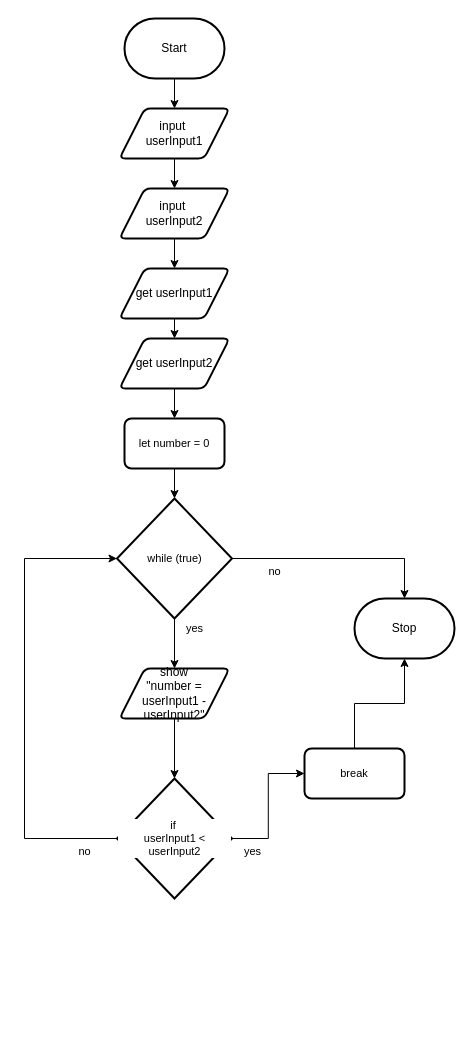
Above: design/flowchart.drawio in MTHS-ICD2O-1-2024/ICD2O-Unit-5-08-Domenic-dangelo (draw.io), before the change. Source tidied: cells renumbered, new cells numbered last; positions are measured from the earlier drawing's top-left corner, leaving out a move shared by most shapes. Both pictures are drawn from the tidied source at 100%, with x=0, y=0 at pixel (24, 18).
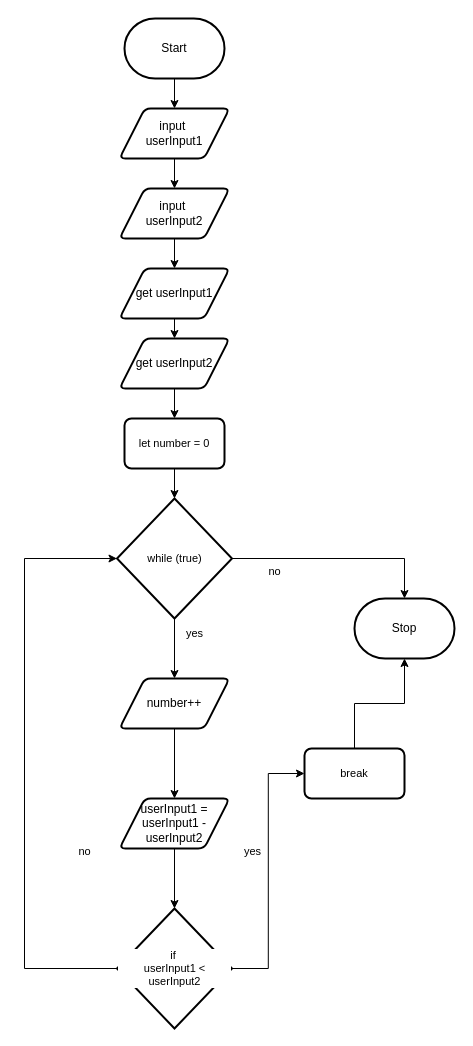
After the change.

The change refers to these unchanged cells:
```xml
<mxCell id="8" value="while (true)" style="strokeWidth=2;html=1;shape=mxgraph.flowchart.decision;whiteSpace=wrap;fontFamily=Helvetica;fontSize=11;fontColor=default;labelBackgroundColor=default;" parent="1" vertex="1">
  <mxGeometry x="92.5" y="480" width="115" height="120" as="geometry" />
</mxCell>
```

What changed in the source:
```diff
@@
-    <mxCell id="7" style="edgeStyle=orthogonalEdgeStyle;shape=connector;curved=0;rounded=0;html=1;exitX=0.5;exitY=1;exitDx=0;exitDy=0;exitPerimeter=0;strokeColor=default;align=center;verticalAlign=middle;fontFamily=Helvetica;fontSize=11;fontColor=default;labelBackgroundColor=default;endArrow=classic;entryX=0.5;entryY=0;entryDx=0;entryDy=0;" parent="1" edge="1" source="8" target="13">
-      <mxGeometry relative="1" as="geometry" />
-    </mxCell>
+    <mxCell id="29" style="edgeStyle=none;html=1;exitX=0.5;exitY=1;exitDx=0;exitDy=0;exitPerimeter=0;entryX=0.5;entryY=0;entryDx=0;entryDy=0;" parent="1" edge="1" source="8" target="31">
+      <mxGeometry relative="1" as="geometry" />
+    </mxCell>
@@
-    <mxCell id="13" value="show&lt;div&gt;&quot;number = userInput1 - userInput2&quot;&lt;/div&gt;" style="shape=parallelogram;html=1;strokeWidth=2;perimeter=parallelogramPerimeter;whiteSpace=wrap;rounded=1;arcSize=12;size=0.23;" parent="1" vertex="1">
-      <mxGeometry x="95" y="650" width="110" height="50" as="geometry" />
+    <mxCell id="13" value="userInput1 = userInput1 - userInput2" style="shape=parallelogram;html=1;strokeWidth=2;perimeter=parallelogramPerimeter;whiteSpace=wrap;rounded=1;arcSize=12;size=0.23;" parent="1" vertex="1">
+      <mxGeometry x="95" y="780" width="110" height="50" as="geometry" />
     </mxCell>
@@
     <mxCell id="15" value="if&amp;nbsp;&lt;div&gt;userInput1 &amp;lt; userInput2&lt;/div&gt;" style="strokeWidth=2;html=1;shape=mxgraph.flowchart.decision;whiteSpace=wrap;fontFamily=Helvetica;fontSize=11;fontColor=default;labelBackgroundColor=default;" parent="1" vertex="1">
-      <mxGeometry x="92.5" y="760" width="115" height="120" as="geometry" />
+      <mxGeometry x="92.5" y="890" width="115" height="120" as="geometry" />
     </mxCell>
@@
     <mxCell id="17" style="edgeStyle=orthogonalEdgeStyle;shape=connector;curved=0;rounded=0;html=1;exitX=0;exitY=0.5;exitDx=0;exitDy=0;exitPerimeter=0;entryX=0;entryY=0.5;entryDx=0;entryDy=0;entryPerimeter=0;strokeColor=default;align=center;verticalAlign=middle;fontFamily=Helvetica;fontSize=11;fontColor=default;labelBackgroundColor=default;endArrow=classic;" parent="1" edge="1" source="15" target="8">
       <mxGeometry relative="1" as="geometry">
         <Array as="points">
-          <mxPoint y="820" />
+          <mxPoint y="950" />
           <mxPoint y="540" />
         </Array>
       </mxGeometry>
     </mxCell>
@@
     <mxCell id="22" value="yes" style="text;html=1;align=center;verticalAlign=middle;strokeColor=none;fillColor=none;fontFamily=Helvetica;fontSize=11;fontColor=default;labelBackgroundColor=default;" parent="1" vertex="1">
-      <mxGeometry x="150" y="595" width="40" height="30" as="geometry" />
+      <mxGeometry x="150" y="600" width="40" height="30" as="geometry" />
     </mxCell>
@@
+    <mxCell id="30" style="edgeStyle=none;html=1;exitX=0.5;exitY=1;exitDx=0;exitDy=0;entryX=0.5;entryY=0;entryDx=0;entryDy=0;" parent="1" edge="1" source="31" target="13">
+      <mxGeometry relative="1" as="geometry" />
+    </mxCell>
+    <mxCell id="31" value="number++" style="shape=parallelogram;html=1;strokeWidth=2;perimeter=parallelogramPerimeter;whiteSpace=wrap;rounded=1;arcSize=12;size=0.23;" parent="1" vertex="1">
+      <mxGeometry x="95" y="660" width="110" height="50" as="geometry" />
+    </mxCell>
```
